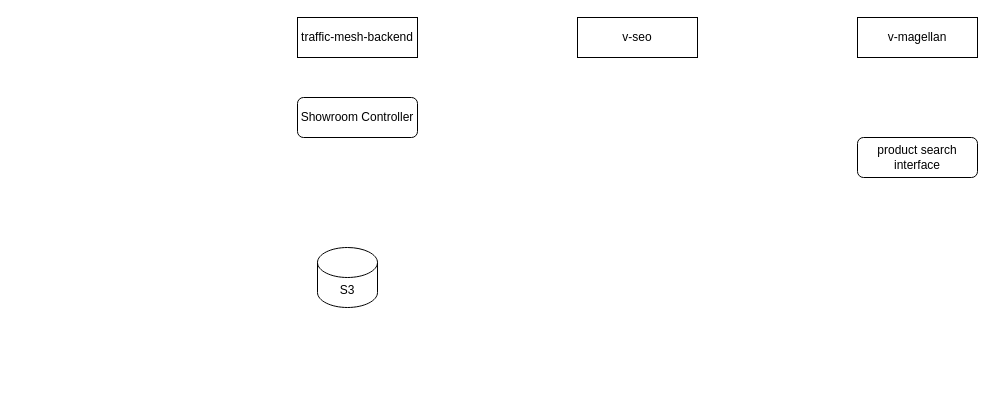
Earlier version of the draw.io diagram drawio/showroom_cache.drawio (VisableHarry/seo-drawio). Source tidied: cells renumbered, new cells numbered last; positions are measured from the earlier drawing's top-left corner, leaving out a move shared by most shapes. Both pictures are drawn from the tidied source at 100%, with x=0, y=0 at pixel (297, 17).
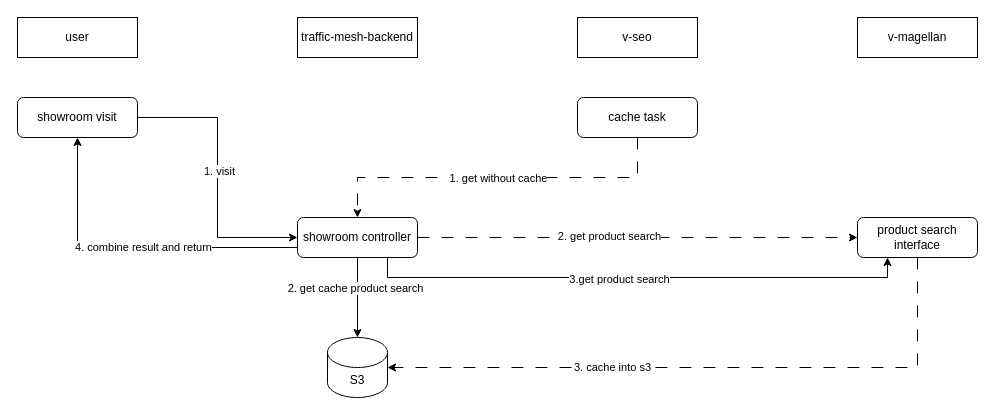
After the change.

Change to the diagram source:
```diff
@@
     <mxCell id="2" value="S3" style="shape=cylinder3;whiteSpace=wrap;html=1;boundedLbl=1;backgroundOutline=1;size=15;" parent="1" vertex="1">
-      <mxGeometry x="20" y="230" width="60" height="60" as="geometry" />
+      <mxGeometry x="30" y="320" width="60" height="60" as="geometry" />
     </mxCell>
+    <mxCell id="8" style="edgeStyle=orthogonalEdgeStyle;rounded=0;jettySize=auto;html=1;exitX=1;exitY=0.5;exitDx=0;exitDy=0;entryX=0;entryY=0.5;entryDx=0;entryDy=0;dashed=1;dashPattern=12 12;" parent="1" edge="1" source="3" target="7">
+      <mxGeometry relative="1" as="geometry" />
+    </mxCell>
+    <mxCell id="9" value="2. get product search" style="edgeLabel;html=1;align=center;verticalAlign=middle;" parent="8" vertex="1">
+      <mxGeometry x="-0.13" y="3" relative="1" as="geometry">
+        <mxPoint y="1" as="offset" />
+      </mxGeometry>
+    </mxCell>
+    <mxCell id="10" style="edgeStyle=orthogonalEdgeStyle;rounded=0;jettySize=auto;html=1;exitX=0.5;exitY=1;exitDx=0;exitDy=0;" parent="1" edge="1" source="3" target="2">
+      <mxGeometry relative="1" as="geometry" />
+    </mxCell>
+    <mxCell id="11" value="2. get cache product search" style="edgeLabel;html=1;align=center;verticalAlign=middle;" parent="10" vertex="1">
+      <mxGeometry x="-0.24" y="-3" relative="1" as="geometry" />
+    </mxCell>
+    <mxCell id="12" style="edgeStyle=orthogonalEdgeStyle;rounded=0;jettySize=auto;html=1;exitX=0.75;exitY=1;exitDx=0;exitDy=0;entryX=0.25;entryY=1;entryDx=0;entryDy=0;" parent="1" edge="1" source="3" target="7">
+      <mxGeometry relative="1" as="geometry" />
+    </mxCell>
+    <mxCell id="13" value="3.get product search" style="edgeLabel;html=1;align=center;verticalAlign=middle;" parent="12" vertex="1">
+      <mxGeometry x="-0.07" relative="1" as="geometry">
+        <mxPoint y="1" as="offset" />
+      </mxGeometry>
+    </mxCell>
+    <mxCell id="14" style="edgeStyle=orthogonalEdgeStyle;rounded=0;jettySize=auto;html=1;exitX=0;exitY=0.75;exitDx=0;exitDy=0;entryX=0.5;entryY=1;entryDx=0;entryDy=0;" parent="1" edge="1" source="3" target="24">
+      <mxGeometry relative="1" as="geometry" />
+    </mxCell>
+    <mxCell id="15" value="4. combine result and return" style="edgeLabel;html=1;align=center;verticalAlign=middle;" parent="14" vertex="1">
+      <mxGeometry x="-0.06" y="-1" relative="1" as="geometry" />
+    </mxCell>
-    <mxCell id="3" value="Showroom Controller" style="rounded=1;whiteSpace=wrap;html=1;" parent="1" vertex="1">
-      <mxGeometry y="80" width="120" height="40" as="geometry" />
+    <mxCell id="3" value="showroom controller" style="rounded=1;whiteSpace=wrap;html=1;" parent="1" vertex="1">
+      <mxGeometry y="200" width="120" height="40" as="geometry" />
     </mxCell>
@@
+    <mxCell id="16" style="edgeStyle=orthogonalEdgeStyle;rounded=0;jettySize=auto;html=1;exitX=0.5;exitY=1;exitDx=0;exitDy=0;dashed=1;dashPattern=12 12;entryX=1;entryY=0.5;entryDx=0;entryDy=0;entryPerimeter=0;" parent="1" edge="1" source="7" target="2">
+      <mxGeometry relative="1" as="geometry">
+        <Array as="points">
+          <mxPoint x="620" y="350" />
+        </Array>
+      </mxGeometry>
+    </mxCell>
+    <mxCell id="17" value="3. cache into s3" style="edgeLabel;html=1;align=center;verticalAlign=middle;" parent="16" vertex="1">
+      <mxGeometry x="0.3" y="-1" relative="1" as="geometry" />
+    </mxCell>
     <mxCell id="7" value="product search interface" style="rounded=1;whiteSpace=wrap;html=1;" parent="1" vertex="1">
-      <mxGeometry x="560" y="120" width="120" height="40" as="geometry" />
+      <mxGeometry x="560" y="200" width="120" height="40" as="geometry" />
     </mxCell>
+    <mxCell id="18" style="edgeStyle=orthogonalEdgeStyle;rounded=0;jettySize=auto;html=1;exitX=0.5;exitY=1;exitDx=0;exitDy=0;entryX=0.5;entryY=0;entryDx=0;entryDy=0;dashed=1;dashPattern=12 12;" parent="1" edge="1" source="20" target="3">
+      <mxGeometry relative="1" as="geometry" />
+    </mxCell>
+    <mxCell id="19" value="1. get without cache" style="edgeLabel;html=1;align=center;verticalAlign=middle;" parent="18" vertex="1">
+      <mxGeometry x="-0.16" y="-3" relative="1" as="geometry">
+        <mxPoint x="-29" y="3" as="offset" />
+      </mxGeometry>
+    </mxCell>
+    <mxCell id="20" value="cache task" style="rounded=1;whiteSpace=wrap;html=1;" parent="1" vertex="1">
+      <mxGeometry x="280" y="80" width="120" height="40" as="geometry" />
+    </mxCell>
+    <mxCell id="21" value="user" style="rounded=0;whiteSpace=wrap;html=1;" parent="1" vertex="1">
+      <mxGeometry x="-280" width="120" height="40" as="geometry" />
+    </mxCell>
+    <mxCell id="22" style="edgeStyle=orthogonalEdgeStyle;rounded=0;jettySize=auto;html=1;exitX=1;exitY=0.5;exitDx=0;exitDy=0;entryX=0;entryY=0.5;entryDx=0;entryDy=0;" parent="1" edge="1" source="24" target="3">
+      <mxGeometry relative="1" as="geometry" />
+    </mxCell>
+    <mxCell id="23" value="1. visit" style="edgeLabel;html=1;align=center;verticalAlign=middle;" parent="22" vertex="1">
+      <mxGeometry x="-0.05" y="1" relative="1" as="geometry" />
+    </mxCell>
+    <mxCell id="24" value="showroom visit" style="rounded=1;whiteSpace=wrap;html=1;" parent="1" vertex="1">
+      <mxGeometry x="-280" y="80" width="120" height="40" as="geometry" />
+    </mxCell>
```
